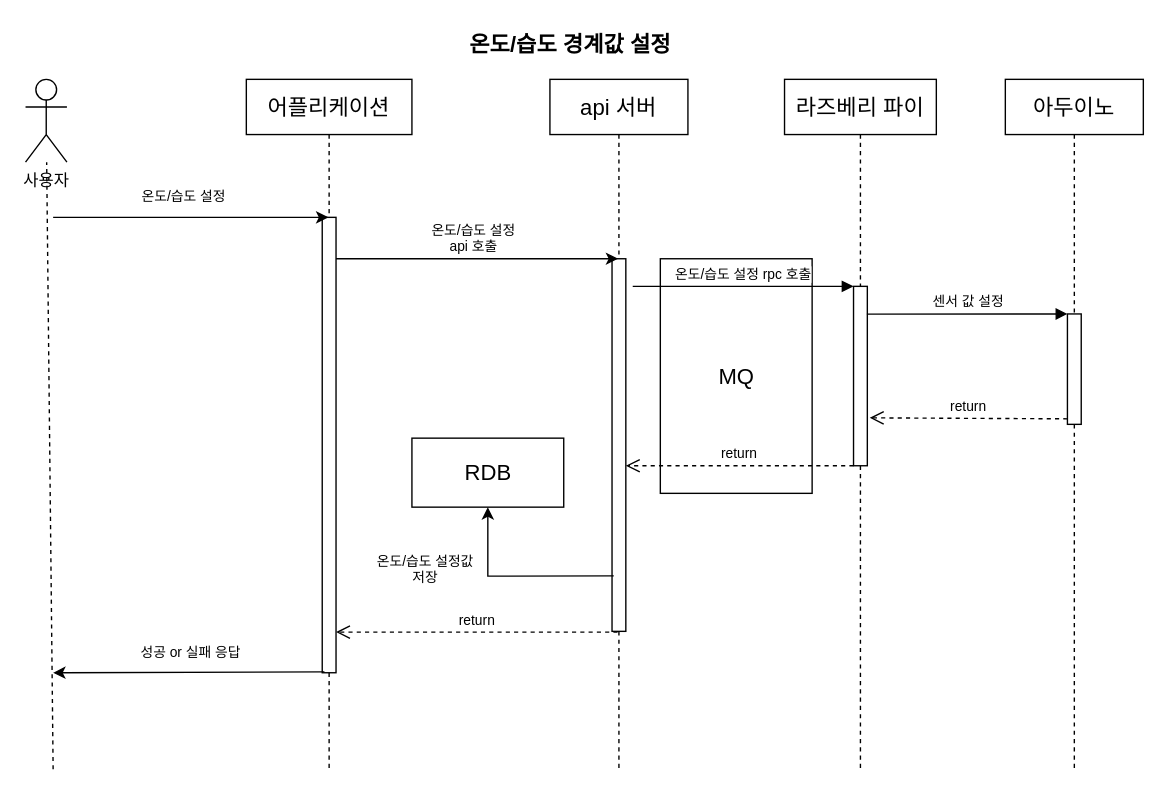
This is page "온도/습도 경계값 설정" (7 of 11) of doc/UML.drawio from veryneuron/study_mate_project, a draw.io file, before an edit. Source tidied: cells renumbered, new cells numbered last; positions are measured from the earlier drawing's top-left corner, leaving out a move shared by most shapes. Both pictures are drawn from the tidied source at 138%, with x=0, y=0 at pixel (25, 23).
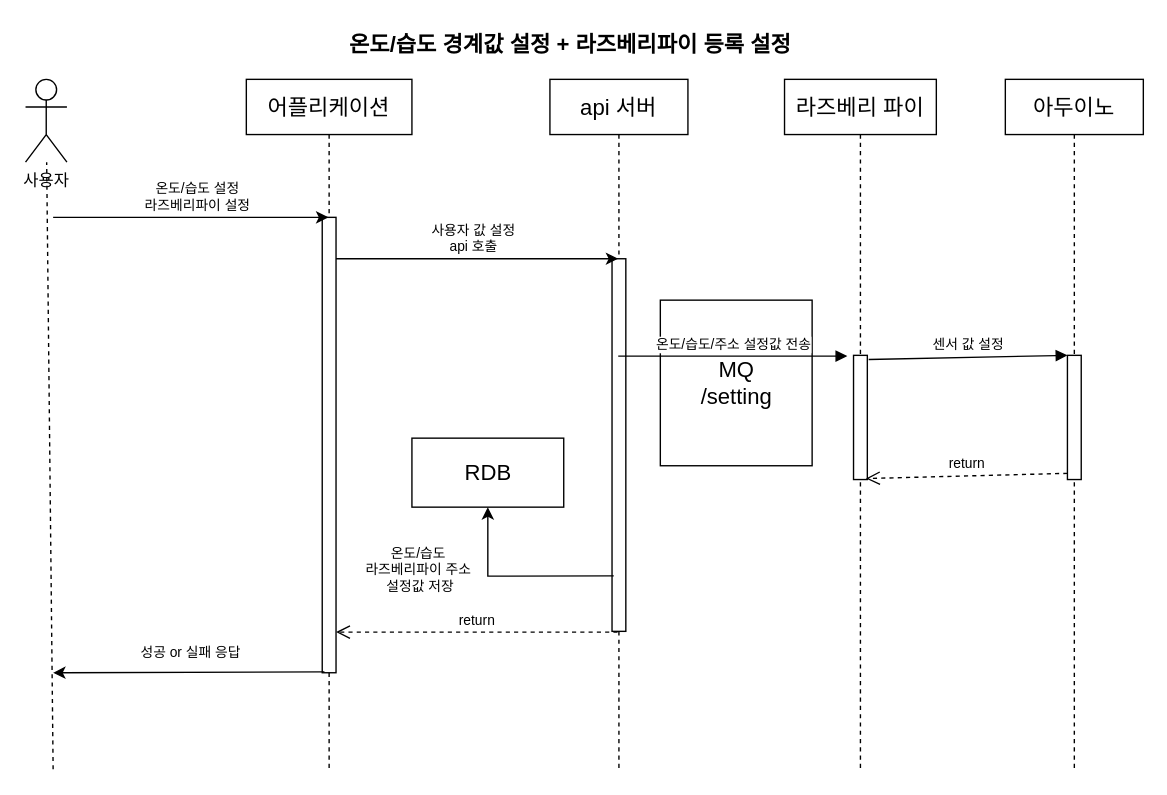
After the change.

The change refers to these unchanged cells:
```xml
<mxCell id="6" value="api 서버" style="shape=umlLifeline;perimeter=lifelinePerimeter;whiteSpace=wrap;html=1;outlineConnect=0;fontSize=16;" parent="1" vertex="1">
  <mxGeometry x="380" y="40" width="100" height="500" as="geometry" />
</mxCell>
<mxCell id="7" style="html=1;points=[];perimeter=orthogonalPerimeter;fontSize=10;" parent="6" vertex="1">
  <mxGeometry x="45" y="130" width="10" height="270" as="geometry" />
</mxCell>
<mxCell id="14" value="라즈베리 파이" style="shape=umlLifeline;perimeter=lifelinePerimeter;whiteSpace=wrap;html=1;fontSize=16;" parent="1" vertex="1">
  <mxGeometry x="550" y="40" width="110" height="500" as="geometry" />
</mxCell>
<mxCell id="23" value="아두이노" style="shape=umlLifeline;perimeter=lifelinePerimeter;whiteSpace=wrap;html=1;fontSize=16;" parent="1" vertex="1">
  <mxGeometry x="710" y="40" width="100" height="500" as="geometry" />
</mxCell>
```

The edit, as a diff of the source:
```diff
@@
-    <mxCell id="2" value="MQ" style="html=1;fontSize=16;" parent="1" vertex="1">
-      <mxGeometry x="460" y="170" width="110" height="170" as="geometry" />
+    <mxCell id="2" value="MQ&lt;br&gt;/setting" style="html=1;fontSize=16;" parent="1" vertex="1">
+      <mxGeometry x="460" y="200" width="110" height="120" as="geometry" />
     </mxCell>
-    <mxCell id="3" value="온도/습도 경계값 설정" style="text;html=1;strokeColor=none;fillColor=none;align=center;verticalAlign=middle;whiteSpace=wrap;rounded=0;fontStyle=1;fontSize=16;" parent="1" vertex="1">
-      <mxGeometry x="240" width="310" height="30" as="geometry" />
+    <mxCell id="3" value="온도/습도 경계값 설정 + 라즈베리파이 등록 설정" style="text;html=1;strokeColor=none;fillColor=none;align=center;verticalAlign=middle;whiteSpace=wrap;rounded=0;fontStyle=1;fontSize=16;" parent="1" vertex="1">
+      <mxGeometry x="220" width="350" height="30" as="geometry" />
     </mxCell>
@@
-    <mxCell id="11" value="온도/습도 설정" style="text;html=1;strokeColor=none;fillColor=none;align=center;verticalAlign=middle;whiteSpace=wrap;rounded=0;fontSize=10;" parent="1" vertex="1">
-      <mxGeometry x="80" y="110" width="70" height="30" as="geometry" />
+    <mxCell id="11" value="온도/습도 설정&lt;br&gt;라즈베리파이 설정" style="text;html=1;strokeColor=none;fillColor=none;align=center;verticalAlign=middle;whiteSpace=wrap;rounded=0;fontSize=10;" parent="1" vertex="1">
+      <mxGeometry x="80" y="110" width="90" height="30" as="geometry" />
     </mxCell>
@@
-    <mxCell id="13" value="온도/습도 설정 api 호출" style="text;html=1;strokeColor=none;fillColor=none;align=center;verticalAlign=middle;whiteSpace=wrap;rounded=0;fontSize=10;" parent="1" vertex="1">
+    <mxCell id="13" value="사용자 값 설정 api 호출" style="text;html=1;strokeColor=none;fillColor=none;align=center;verticalAlign=middle;whiteSpace=wrap;rounded=0;fontSize=10;" parent="1" vertex="1">
       <mxGeometry x="290" y="140" width="70" height="30" as="geometry" />
     </mxCell>
@@
     <mxCell id="15" style="html=1;points=[];perimeter=orthogonalPerimeter;fontSize=10;" parent="14" vertex="1">
-      <mxGeometry x="50" y="150" width="10" height="130" as="geometry" />
+      <mxGeometry x="50" y="200" width="10" height="90" as="geometry" />
     </mxCell>
-    <mxCell id="16" value="온도/습도 설정 rpc 호출" style="html=1;verticalAlign=bottom;endArrow=block;entryX=0;entryY=0;rounded=0;fontSize=10;" parent="1" edge="1" target="15">
-      <mxGeometry relative="1" as="geometry">
-        <mxPoint x="440" y="190" as="sourcePoint" />
-      </mxGeometry>
+    <mxCell id="16" value="온도/습도/주소 설정값 전송" style="html=1;verticalAlign=bottom;endArrow=block;entryX=-0.45;entryY=0.006;rounded=0;fontSize=10;entryDx=0;entryDy=0;entryPerimeter=0;" parent="1" edge="1" source="6" target="15">
+      <mxGeometry relative="1" as="geometry" />
     </mxCell>
-    <mxCell id="17" value="return" style="html=1;verticalAlign=bottom;endArrow=open;dashed=1;endSize=8;rounded=0;fontSize=10;" parent="1" edge="1" target="7">
-      <mxGeometry relative="1" as="geometry">
-        <mxPoint x="600" y="320" as="sourcePoint" />
-      </mxGeometry>
-    </mxCell>
@@
     <mxCell id="24" style="html=1;points=[];perimeter=orthogonalPerimeter;fontSize=16;" parent="23" vertex="1">
-      <mxGeometry x="45" y="170" width="10" height="80" as="geometry" />
+      <mxGeometry x="45" y="200" width="10" height="90" as="geometry" />
     </mxCell>
-    <mxCell id="25" value="온도/습도 설정값 저장" style="text;html=1;strokeColor=none;fillColor=none;align=center;verticalAlign=middle;whiteSpace=wrap;rounded=0;fontSize=10;" parent="1" vertex="1">
-      <mxGeometry x="250" y="380" width="80" height="30" as="geometry" />
+    <mxCell id="25" value="온도/습도&lt;br&gt;라즈베리파이 주소&lt;br&gt;&amp;nbsp;설정값 저장" style="text;html=1;strokeColor=none;fillColor=none;align=center;verticalAlign=middle;whiteSpace=wrap;rounded=0;fontSize=10;" parent="1" vertex="1">
+      <mxGeometry x="240" y="380" width="90" height="30" as="geometry" />
     </mxCell>
-    <mxCell id="26" value="return" style="html=1;verticalAlign=bottom;endArrow=open;dashed=1;endSize=8;exitX=0;exitY=0.95;rounded=0;fontSize=10;entryX=1.176;entryY=0.733;entryDx=0;entryDy=0;entryPerimeter=0;" parent="1" edge="1" source="24" target="15">
+    <mxCell id="26" value="return" style="html=1;verticalAlign=bottom;endArrow=open;dashed=1;endSize=8;exitX=0;exitY=0.95;rounded=0;fontSize=10;entryX=0.9;entryY=0.992;entryDx=0;entryDy=0;entryPerimeter=0;" parent="1" edge="1" source="24" target="15">
       <mxGeometry relative="1" as="geometry" />
     </mxCell>
-    <mxCell id="27" value="센서 값 설정" style="html=1;verticalAlign=bottom;endArrow=block;entryX=0;entryY=0;rounded=0;fontSize=10;exitX=0.969;exitY=0.155;exitDx=0;exitDy=0;exitPerimeter=0;" parent="1" edge="1" source="15" target="24">
+    <mxCell id="27" value="센서 값 설정" style="html=1;verticalAlign=bottom;endArrow=block;entryX=0;entryY=0;rounded=0;fontSize=10;exitX=1.1;exitY=0.033;exitDx=0;exitDy=0;exitPerimeter=0;" parent="1" edge="1" source="15" target="24">
       <mxGeometry relative="1" as="geometry" />
     </mxCell>
```
